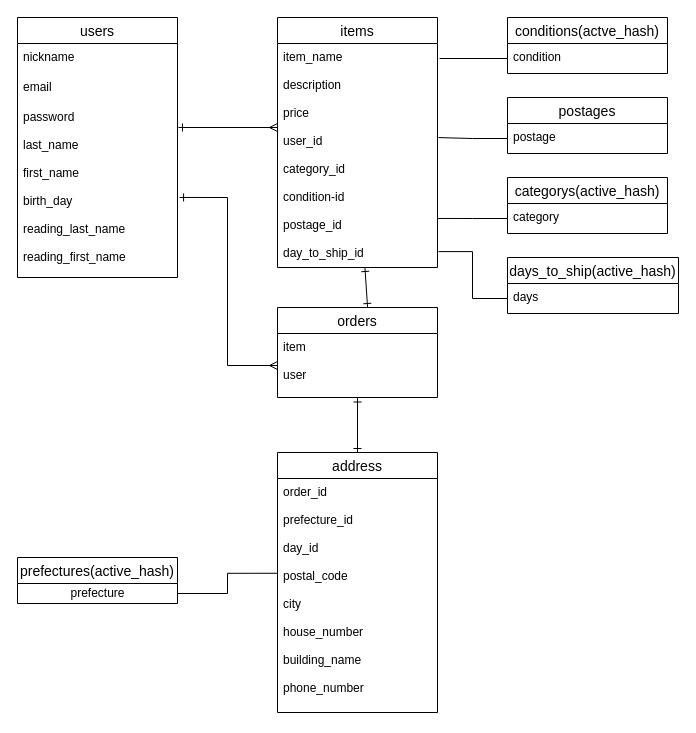
The draw.io diagram er.dio in maradonamania/furima-36256, before the edit. Source tidied: cells renumbered, new cells numbered last; positions are measured from the earlier drawing's top-left corner, leaving out a move shared by most shapes. Both pictures are drawn from the tidied source at 100%, with x=0, y=0 at pixel (17, 17).
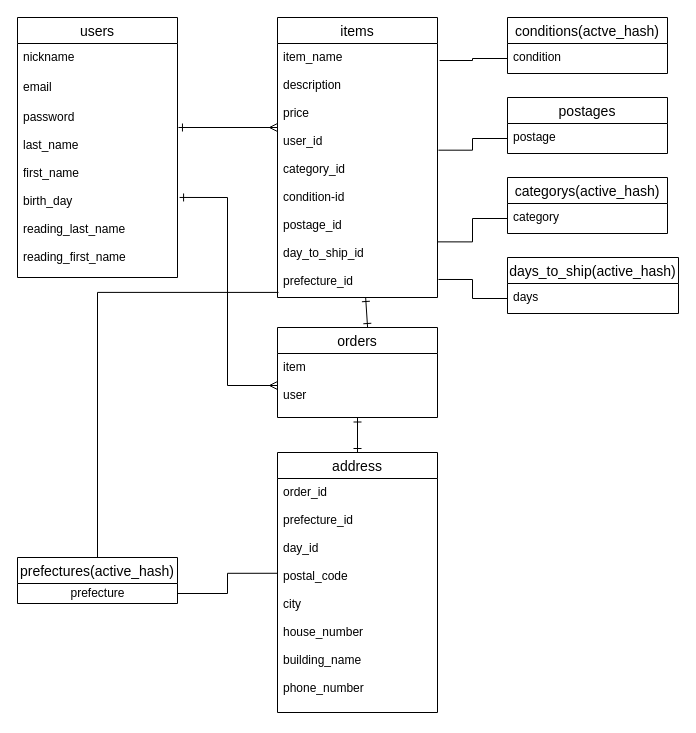
The same page after the edit.

Unchanged cells that the change refers to:
```xml
<mxCell id="15" value="prefectures(active_hash)" style="swimlane;fontStyle=0;horizontal=1;startSize=26;align=center;fontSize=14;" parent="1" vertex="1">
  <mxGeometry y="540" width="160" height="46" as="geometry" />
</mxCell>
```

The edit, as a diff of the source:
```diff
@@
     <mxCell id="6" value="items" style="swimlane;fontStyle=0;horizontal=1;startSize=26;align=center;fontSize=14;" parent="1" vertex="1">
-      <mxGeometry x="260" width="160" height="250" as="geometry" />
+      <mxGeometry x="260" width="160" height="280" as="geometry" />
     </mxCell>
-    <mxCell id="7" value="item_name&#10;&#10;description&#10;&#10;price&#10;&#10;user_id&#10;&#10;category_id&#10;&#10;condition-id&#10;&#10;postage_id&#10;&#10;day_to_ship_id&#10;" style="text;strokeColor=none;fillColor=none;spacingLeft=4;spacingRight=4;overflow=hidden;points=[[0,0.5],[1,0.5]];portConstraint=eastwest;fontSize=12;" parent="6" vertex="1">
-      <mxGeometry y="26" width="160" height="224" as="geometry" />
+    <mxCell id="7" value="item_name&#10;&#10;description&#10;&#10;price&#10;&#10;user_id&#10;&#10;category_id&#10;&#10;condition-id&#10;&#10;postage_id&#10;&#10;day_to_ship_id&#10;&#10;prefecture_id&#10;" style="text;strokeColor=none;fillColor=none;spacingLeft=4;spacingRight=4;overflow=hidden;points=[[0,0.5],[1,0.5]];portConstraint=eastwest;fontSize=12;" parent="6" vertex="1">
+      <mxGeometry y="26" width="160" height="254" as="geometry" />
     </mxCell>
@@
     <mxCell id="9" value="orders" style="swimlane;fontStyle=0;horizontal=1;startSize=26;align=center;fontSize=14;" parent="1" vertex="1">
-      <mxGeometry x="260" y="290" width="160" height="90" as="geometry" />
+      <mxGeometry x="260" y="310" width="160" height="90" as="geometry" />
     </mxCell>
@@
+    <mxCell id="31" style="edgeStyle=orthogonalEdgeStyle;rounded=0;jettySize=auto;html=1;exitX=0.5;exitY=0;exitDx=0;exitDy=0;entryX=0.006;entryY=0.98;entryDx=0;entryDy=0;entryPerimeter=0;startArrow=none;startFill=0;endArrow=none;endFill=0;endSize=6;strokeWidth=1;" parent="1" edge="1" source="15" target="7">
+      <mxGeometry relative="1" as="geometry" />
+    </mxCell>
```
